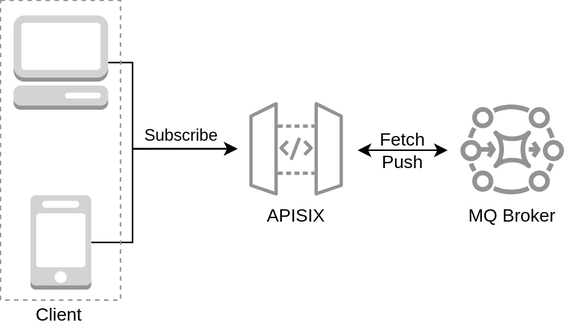
Earlier version of the draw.io export docs/assets/images/pubsub-architecture.svg (apache/apisix). Source tidied: cells renumbered, new cells last; positions are measured from the earlier drawing's top-left corner, leaving out a move shared by most shapes.
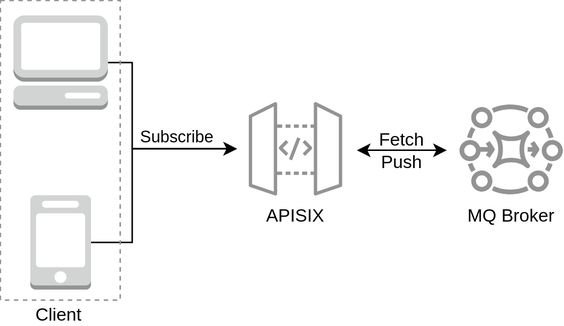
The same diagram one commit later.

The edit, as a diff of the source:
```diff
@@ -13,7 +13,7 @@
     <mxCell id="3" style="outlineConnect=0;dashed=0;verticalLabelPosition=bottom;verticalAlign=top;align=center;html=1;shape=mxgraph.aws3.management_console;fillColor=#D2D3D3;gradientColor=none;" parent="1" vertex="1">
       <mxGeometry x="8.8" y="10" width="63" height="63" as="geometry" />
     </mxCell>
-    <mxCell id="4" value="&lt;span style=&quot;font-size: 11px&quot;&gt;Subscribe&lt;/span&gt;" style="edgeStyle=orthogonalEdgeStyle;rounded=0;jettySize=auto;html=1;" parent="1" edge="1" source="5" target="6">
+    <mxCell id="4" style="edgeStyle=orthogonalEdgeStyle;rounded=0;jettySize=auto;html=1;" parent="1" edge="1" source="5" target="6">
       <mxGeometry x="0.53" y="9" relative="1" as="geometry">
         <Array as="points">
           <mxPoint x="88" y="161" />
@@ -54,5 +54,8 @@
     <mxCell id="14" value="Push" style="text;html=1;strokeColor=none;fillColor=none;align=center;verticalAlign=middle;whiteSpace=wrap;rounded=0;dashed=1;sketch=0;" parent="1" vertex="1">
       <mxGeometry x="238" y="93" width="60" height="30" as="geometry" />
     </mxCell>
+    <mxCell id="15" value="&lt;span style=&quot;font-size: 11px ; background-color: rgb(255 , 255 , 255)&quot;&gt;Subscribe&lt;/span&gt;" style="text;html=1;strokeColor=none;fillColor=none;align=center;verticalAlign=middle;whiteSpace=wrap;rounded=0;dashed=1;sketch=0;" parent="1" vertex="1">
+      <mxGeometry x="88" y="76" width="60" height="30" as="geometry" />
+    </mxCell>
   </root>
 </mxGraphModel>
```
